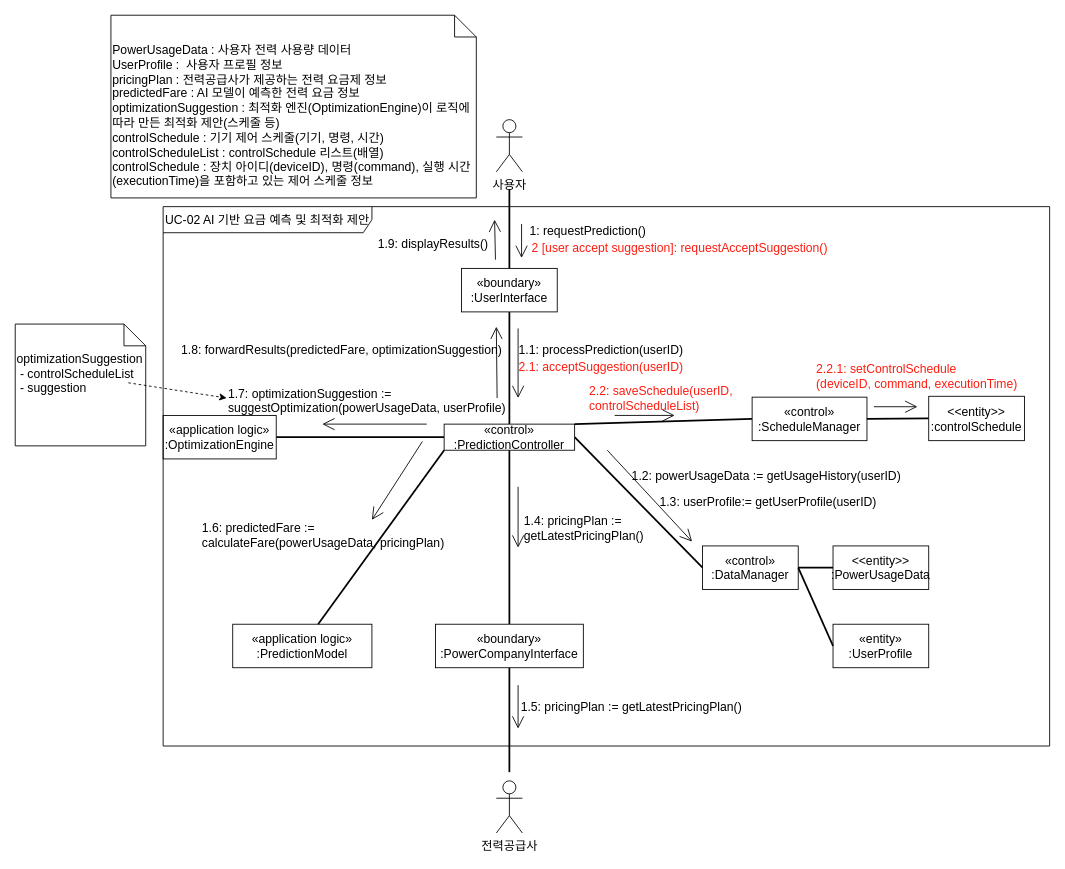
Above: page "UC-02" (1 of 4) of DomainModeling.drawio in GeniusHoon/AssociateArchitect (draw.io), before the change. Source tidied: cells renumbered, new cells numbered last; positions are measured from the earlier drawing's top-left corner, leaving out a move shared by most shapes. Both pictures are drawn from the tidied source at 87%, with x=0, y=0 at pixel (15, 15).
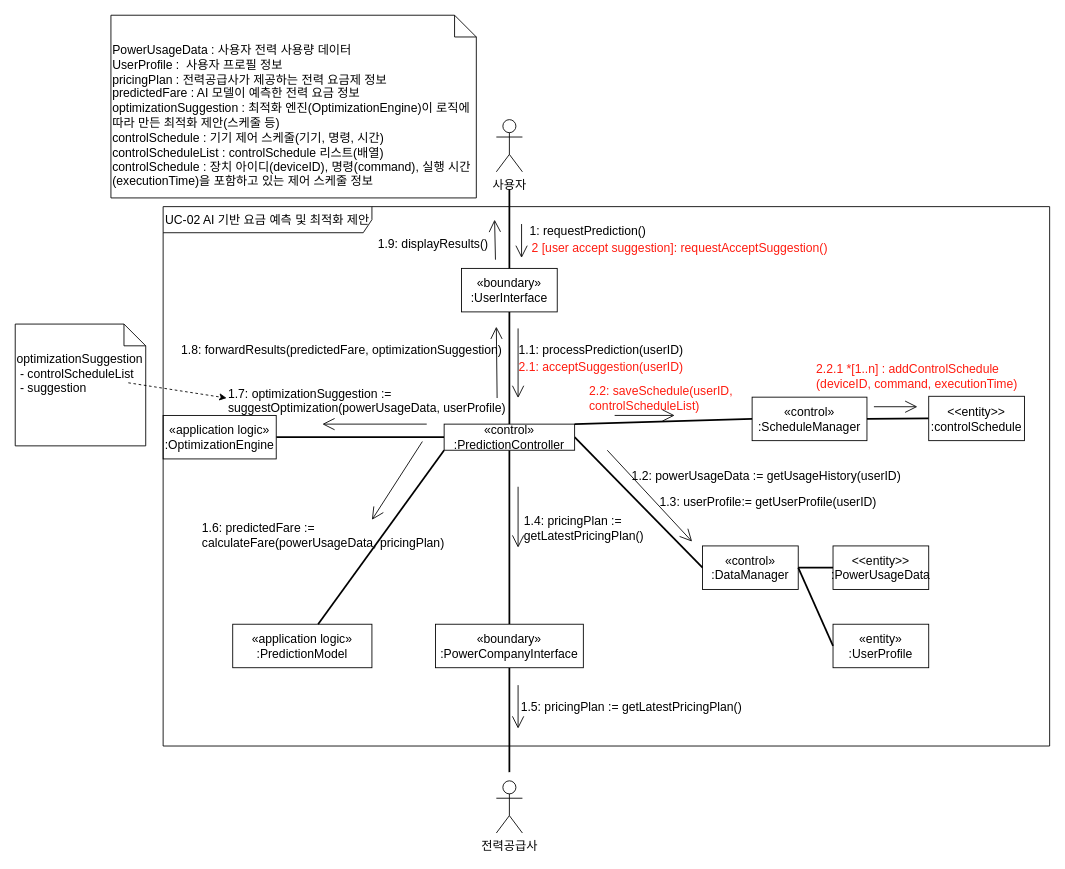
After the change.

Unchanged cells that the change refers to:
```xml
<mxCell id="6" value="UC-02 AI 기반 요금 예측 및 최적화 제안" style="shape=umlFrame;whiteSpace=wrap;html=1;width=240;height=30;fontSize=14;" parent="1" vertex="1">
  <mxGeometry x="170" y="220" width="1019" height="620" as="geometry" />
</mxCell>
```

The edit, as a diff of the source:
```diff
@@
-    <mxCell id="51" value="2.2.1: setControlSchedule&lt;div&gt;(deviceID, command, executionTime&lt;span style=&quot;background-color: transparent; color: light-dark(rgb(255, 28, 16), rgb(255, 132, 122));&quot;&gt;)&lt;/span&gt;&lt;/div&gt;" style="text;html=1;align=left;verticalAlign=middle;strokeColor=none;fillColor=none;fontSize=14;textShadow=0;labelBackgroundColor=none;fontColor=#FF1C10;" parent="6" vertex="1">
+    <mxCell id="51" value="2.2.1 *[1..n] : addControlSchedule&lt;div&gt;(deviceID, command, executionTime&lt;span style=&quot;background-color: transparent; color: light-dark(rgb(255, 28, 16), rgb(255, 132, 122));&quot;&gt;)&lt;/span&gt;&lt;/div&gt;" style="text;html=1;align=left;verticalAlign=middle;strokeColor=none;fillColor=none;fontSize=14;textShadow=0;labelBackgroundColor=none;fontColor=#FF1C10;" parent="6" vertex="1">
       <mxGeometry x="749" y="170" width="250" height="50" as="geometry" />
     </mxCell>
```
